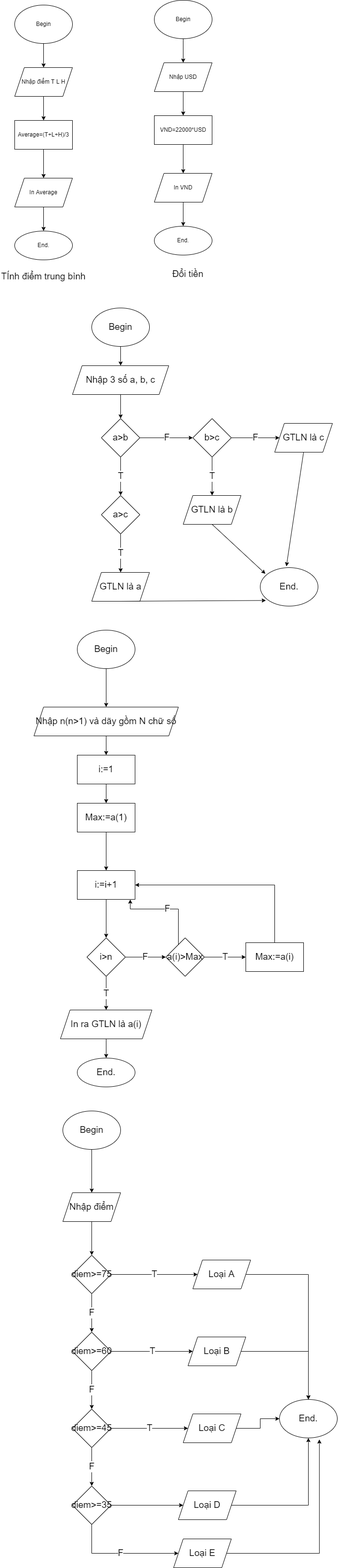
This is BT5/[BT]Bai tap Pseudo.png from thuongvan23/A0522I1-VanTranHoaiThuong, a draw.io export, as it was before one commit. Source tidied: cells renumbered, new cells last; positions are measured from the earlier drawing's top-left corner, leaving out a move shared by most shapes.
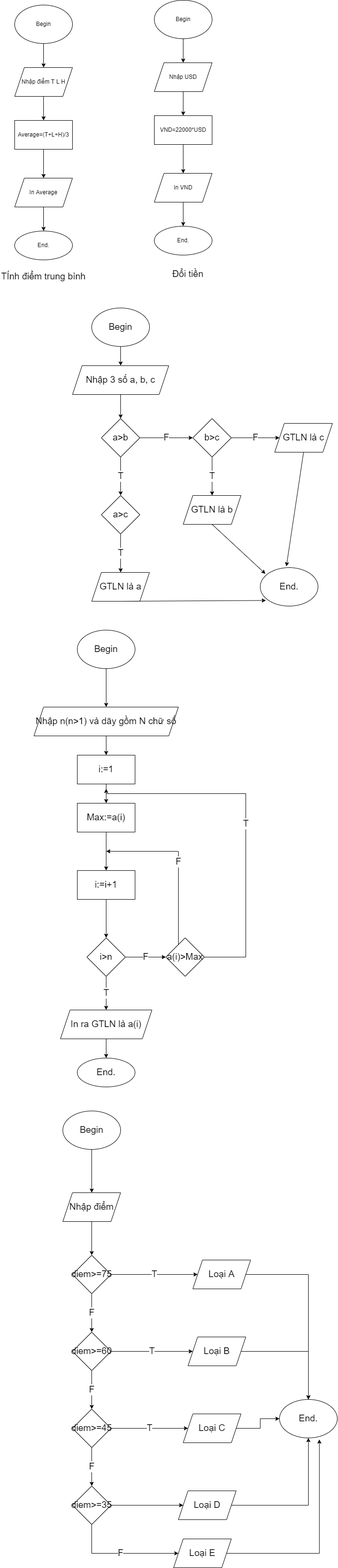
Above is the later version.

What changed in the source:
```diff
@@ -162,7 +162,7 @@
     <mxCell id="47" style="edgeStyle=orthogonalEdgeStyle;rounded=0;jettySize=auto;html=1;fontSize=19;" parent="1" edge="1" source="48" target="50">
       <mxGeometry relative="1" as="geometry" />
     </mxCell>
-    <mxCell id="48" value="Max:=a(1)" style="whiteSpace=wrap;html=1;fontSize=19;" parent="1" vertex="1">
+    <mxCell id="48" value="Max:=a(i)" style="whiteSpace=wrap;html=1;fontSize=19;" parent="1" vertex="1">
       <mxGeometry x="160" y="1670" width="120" height="60" as="geometry" />
     </mxCell>
     <mxCell id="49" style="edgeStyle=orthogonalEdgeStyle;rounded=0;jettySize=auto;html=1;fontSize=19;" parent="1" edge="1" source="50" target="53">
@@ -186,30 +186,28 @@
     <mxCell id="55" value="In ra GTLN là a(i)" style="shape=parallelogram;perimeter=parallelogramPerimeter;whiteSpace=wrap;html=1;fixedSize=1;fontSize=19;" parent="1" vertex="1">
       <mxGeometry x="125" y="2100" width="190" height="60" as="geometry" />
     </mxCell>
-    <mxCell id="56" value="T" style="edgeStyle=orthogonalEdgeStyle;rounded=0;jettySize=auto;html=1;entryX=0;entryY=0.5;entryDx=0;entryDy=0;fontSize=19;" parent="1" edge="1" source="58" target="60">
-      <mxGeometry relative="1" as="geometry" />
+    <mxCell id="56" value="T" style="edgeStyle=orthogonalEdgeStyle;rounded=0;jettySize=auto;html=1;fontSize=19;" parent="1" edge="1" source="58">
+      <mxGeometry relative="1" as="geometry">
+        <mxPoint x="220" y="1640" as="targetPoint" />
+        <Array as="points">
+          <mxPoint x="510" y="1990" />
+          <mxPoint x="510" y="1650" />
+          <mxPoint x="220" y="1650" />
+        </Array>
+      </mxGeometry>
     </mxCell>
-    <mxCell id="57" value="F" style="edgeStyle=orthogonalEdgeStyle;rounded=0;jettySize=auto;html=1;entryX=0.917;entryY=1.002;entryDx=0;entryDy=0;entryPerimeter=0;fontSize=19;" parent="1" edge="1" source="58" target="50">
+    <mxCell id="57" value="F" style="edgeStyle=orthogonalEdgeStyle;rounded=0;jettySize=auto;html=1;fontSize=19;" parent="1" edge="1" source="58">
       <mxGeometry relative="1" as="geometry">
+        <mxPoint x="220" y="1770" as="targetPoint" />
         <Array as="points">
-          <mxPoint x="370" y="1890" />
-          <mxPoint x="270" y="1890" />
+          <mxPoint x="370" y="1770" />
+          <mxPoint x="220" y="1770" />
         </Array>
       </mxGeometry>
     </mxCell>
     <mxCell id="58" value="a(i)&amp;gt;Max" style="rhombus;whiteSpace=wrap;html=1;fontSize=19;" parent="1" vertex="1">
       <mxGeometry x="344" y="1950" width="80" height="80" as="geometry" />
     </mxCell>
-    <mxCell id="59" style="edgeStyle=orthogonalEdgeStyle;rounded=0;jettySize=auto;html=1;entryX=1;entryY=0.5;entryDx=0;entryDy=0;fontSize=19;" parent="1" edge="1" source="60" target="50">
-      <mxGeometry relative="1" as="geometry">
-        <Array as="points">
-          <mxPoint x="570" y="1840" />
-        </Array>
-      </mxGeometry>
-    </mxCell>
-    <mxCell id="60" value="Max:=a(i)" style="whiteSpace=wrap;html=1;fontSize=19;" parent="1" vertex="1">
-      <mxGeometry x="510" y="1960" width="120" height="60" as="geometry" />
-    </mxCell>
     <mxCell id="61" value="End." style="ellipse;whiteSpace=wrap;html=1;fontSize=19;" parent="1" vertex="1">
       <mxGeometry x="160" y="2200" width="120" height="60" as="geometry" />
     </mxCell>
```
